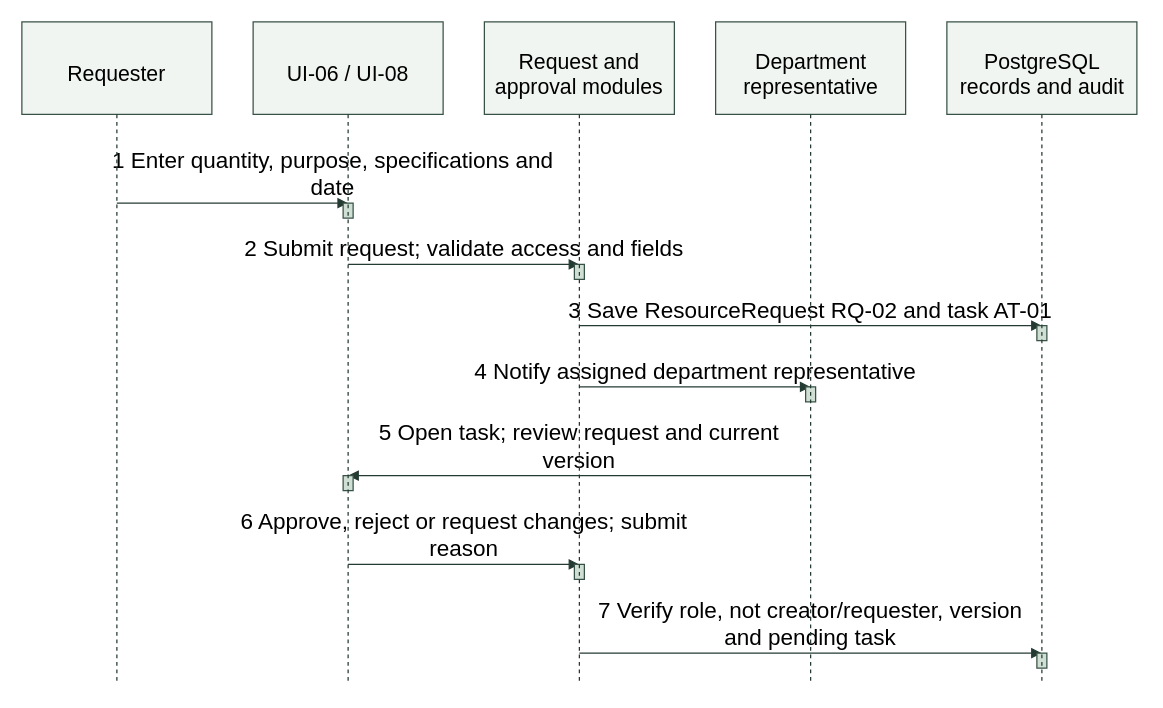
Before: docs/phase45/diagrams/zayed/figure-9-3-request-approval-part-1.drawio in duqins/ITS, a draw.io diagram. Source tidied: cells renumbered, new cells numbered last; positions are measured from the earlier drawing's top-left corner, leaving out a move shared by most shapes. Both pictures are drawn from the tidied source at 125%, with x=0, y=0 at pixel (21, 21).
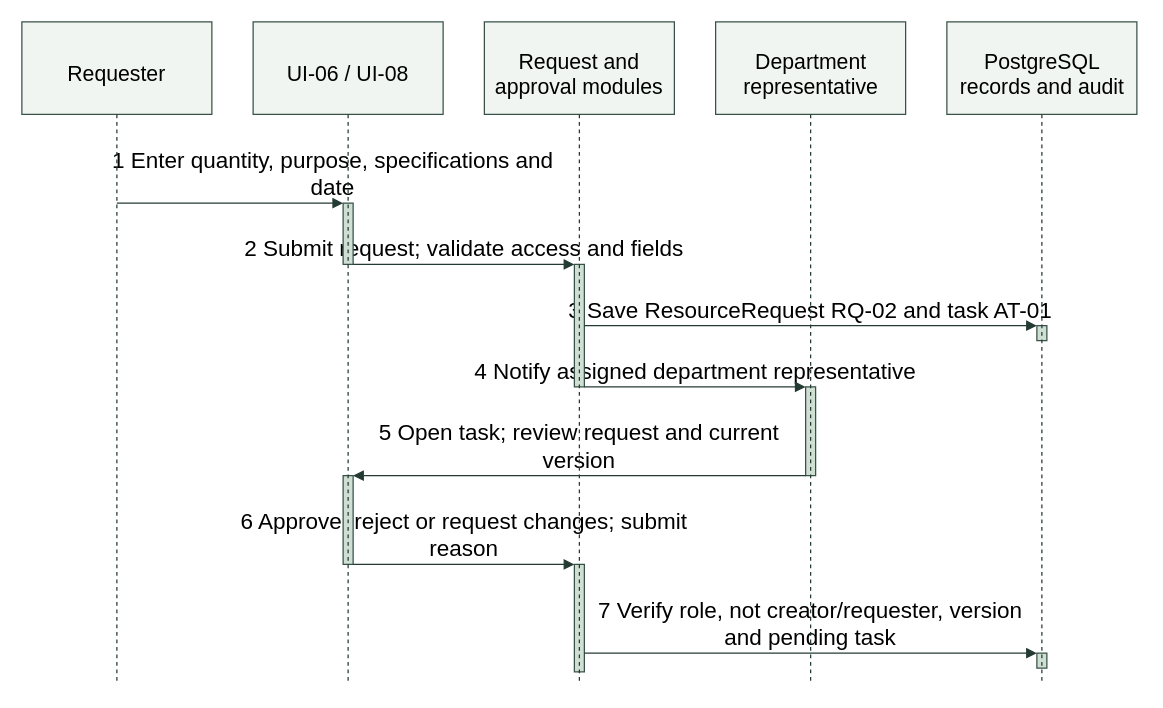
The same diagram, later.

What changed in the source:
```diff
@@
-    <mxCell id="12" value="1 Enter quantity, purpose, specifications and&#10;date" style="text;strokeColor=none;fillColor=none;align=center;fontSize=18;fontFamily=Arial;whiteSpace=wrap;html=0;" parent="1" vertex="1">
+    <mxCell id="12" value="1 Enter quantity, purpose, specifications and&#10;date" style="text;strokeColor=none;fillColor=none;align=center;fontSize=18;labelBackgroundColor=#ffffff;fontFamily=Arial;whiteSpace=wrap;html=0;" parent="1" vertex="1">
       <mxGeometry x="26" y="94" width="445.5" height="45" as="geometry" />
     </mxCell>
-    <mxCell id="13" style="edgeStyle=none;rounded=0;strokeColor=#243b33;endArrow=block;endFill=1;dashed=0;" parent="1" edge="1">
-      <mxGeometry relative="1" as="geometry">
-        <mxPoint x="76" y="145" as="sourcePoint" />
-        <mxPoint x="261" y="145" as="targetPoint" />
-      </mxGeometry>
+    <mxCell id="13" value="2 Submit request; validate access and fields" style="text;strokeColor=none;fillColor=none;align=center;fontSize=18;labelBackgroundColor=#ffffff;fontFamily=Arial;whiteSpace=wrap;html=0;" parent="1" vertex="1">
+      <mxGeometry x="135.7" y="165" width="435.6" height="22.5" as="geometry" />
     </mxCell>
-    <mxCell id="14" style="fillColor=#cfdfd4;strokeColor=#385247;align=center;verticalAlign=middle;fontFamily=Arial;fontSize=16;whiteSpace=wrap;html=0;" parent="1" vertex="1">
-      <mxGeometry x="257" y="145" width="8" height="12" as="geometry" />
+    <mxCell id="14" value="3 Save ResourceRequest RQ-02 and task AT-01" style="text;strokeColor=none;fillColor=none;align=center;fontSize=18;labelBackgroundColor=#ffffff;fontFamily=Arial;whiteSpace=wrap;html=0;" parent="1" vertex="1">
+      <mxGeometry x="418.1" y="214" width="425.7" height="22.5" as="geometry" />
     </mxCell>
-    <mxCell id="15" style="text;strokeColor=none;fillColor=none;align=center;fontSize=16;fontFamily=Arial;whiteSpace=wrap;html=0;" parent="1" vertex="1">
-      <mxGeometry x="261" y="140.4" height="20" as="geometry" />
+    <mxCell id="15" value="4 Notify assigned department representative" style="text;strokeColor=none;fillColor=none;align=center;fontSize=18;labelBackgroundColor=#ffffff;fontFamily=Arial;whiteSpace=wrap;html=0;" parent="1" vertex="1">
+      <mxGeometry x="325.6" y="263" width="425.7" height="22.5" as="geometry" />
     </mxCell>
-    <mxCell id="16" value="2 Submit request; validate access and fields" style="text;strokeColor=none;fillColor=none;align=center;fontSize=18;fontFamily=Arial;whiteSpace=wrap;html=0;" parent="1" vertex="1">
-      <mxGeometry x="135.7" y="165" width="435.6" height="22.5" as="geometry" />
+    <mxCell id="16" value="5 Open task; review request and current&#10;version" style="text;strokeColor=none;fillColor=none;align=center;fontSize=18;labelBackgroundColor=#ffffff;fontFamily=Arial;whiteSpace=wrap;html=0;" parent="1" vertex="1">
+      <mxGeometry x="252.9" y="312" width="386.1" height="45" as="geometry" />
     </mxCell>
-    <mxCell id="17" style="edgeStyle=none;rounded=0;strokeColor=#243b33;endArrow=block;endFill=1;dashed=0;" parent="1" edge="1">
-      <mxGeometry relative="1" as="geometry">
-        <mxPoint x="261" y="194" as="sourcePoint" />
-        <mxPoint x="446" y="194" as="targetPoint" />
-      </mxGeometry>
+    <mxCell id="17" value="6 Approve, reject or request changes; submit&#10;reason" style="text;strokeColor=none;fillColor=none;align=center;fontSize=18;labelBackgroundColor=#ffffff;fontFamily=Arial;whiteSpace=wrap;html=0;" parent="1" vertex="1">
+      <mxGeometry x="135.7" y="383" width="435.6" height="45" as="geometry" />
     </mxCell>
-    <mxCell id="18" style="fillColor=#cfdfd4;strokeColor=#385247;align=center;verticalAlign=middle;fontFamily=Arial;fontSize=16;whiteSpace=wrap;html=0;" parent="1" vertex="1">
-      <mxGeometry x="442" y="194" width="8" height="12" as="geometry" />
+    <mxCell id="18" value="7 Verify role, not creator/requester, version&#10;and pending task" style="text;strokeColor=none;fillColor=none;align=center;fontSize=18;labelBackgroundColor=#ffffff;fontFamily=Arial;whiteSpace=wrap;html=0;" parent="1" vertex="1">
+      <mxGeometry x="408.2" y="454" width="445.5" height="45" as="geometry" />
     </mxCell>
-    <mxCell id="19" style="text;strokeColor=none;fillColor=none;align=center;fontSize=16;fontFamily=Arial;whiteSpace=wrap;html=0;" parent="1" vertex="1">
-      <mxGeometry x="446" y="189.4" height="20" as="geometry" />
+    <mxCell id="19" style="fillColor=#cfdfd4;strokeColor=#385247;fontFamily=Arial;fontSize=16;whiteSpace=wrap;html=0;" parent="1" vertex="1">
+      <mxGeometry x="257" y="145" width="8" height="49" as="geometry" />
     </mxCell>
-    <mxCell id="20" value="3 Save ResourceRequest RQ-02 and task AT-01" style="text;strokeColor=none;fillColor=none;align=center;fontSize=18;fontFamily=Arial;whiteSpace=wrap;html=0;" parent="1" vertex="1">
-      <mxGeometry x="418.1" y="214" width="425.7" height="22.5" as="geometry" />
+    <mxCell id="20" style="fillColor=#cfdfd4;strokeColor=#385247;fontFamily=Arial;fontSize=16;whiteSpace=wrap;html=0;" parent="1" vertex="1">
+      <mxGeometry x="442" y="194" width="8" height="98" as="geometry" />
     </mxCell>
-    <mxCell id="21" style="edgeStyle=none;rounded=0;strokeColor=#243b33;endArrow=block;endFill=1;dashed=0;" parent="1" edge="1">
-      <mxGeometry relative="1" as="geometry">
-        <mxPoint x="446" y="243" as="sourcePoint" />
-        <mxPoint x="816" y="243" as="targetPoint" />
-      </mxGeometry>
+    <mxCell id="21" style="fillColor=#cfdfd4;strokeColor=#385247;fontFamily=Arial;fontSize=16;whiteSpace=wrap;html=0;" parent="1" vertex="1">
+      <mxGeometry x="812" y="243" width="8" height="12" as="geometry" />
     </mxCell>
-    <mxCell id="22" style="fillColor=#cfdfd4;strokeColor=#385247;align=center;verticalAlign=middle;fontFamily=Arial;fontSize=16;whiteSpace=wrap;html=0;" parent="1" vertex="1">
-      <mxGeometry x="812" y="243" width="8" height="12" as="geometry" />
+    <mxCell id="22" style="fillColor=#cfdfd4;strokeColor=#385247;fontFamily=Arial;fontSize=16;whiteSpace=wrap;html=0;" parent="1" vertex="1">
+      <mxGeometry x="257" y="363" width="8" height="71" as="geometry" />
     </mxCell>
-    <mxCell id="23" style="text;strokeColor=none;fillColor=none;align=center;fontSize=16;fontFamily=Arial;whiteSpace=wrap;html=0;" parent="1" vertex="1">
-      <mxGeometry x="816" y="238.4" height="20" as="geometry" />
+    <mxCell id="23" style="fillColor=#cfdfd4;strokeColor=#385247;fontFamily=Arial;fontSize=16;whiteSpace=wrap;html=0;" parent="1" vertex="1">
+      <mxGeometry x="442" y="434" width="8" height="86" as="geometry" />
     </mxCell>
-    <mxCell id="24" value="4 Notify assigned department representative" style="text;strokeColor=none;fillColor=none;align=center;fontSize=18;fontFamily=Arial;whiteSpace=wrap;html=0;" parent="1" vertex="1">
-      <mxGeometry x="325.6" y="263" width="425.7" height="22.5" as="geometry" />
+    <mxCell id="24" style="fillColor=#cfdfd4;strokeColor=#385247;fontFamily=Arial;fontSize=16;whiteSpace=wrap;html=0;" parent="1" vertex="1">
+      <mxGeometry x="812" y="505" width="8" height="12" as="geometry" />
     </mxCell>
-    <mxCell id="25" style="edgeStyle=none;rounded=0;strokeColor=#243b33;endArrow=block;endFill=1;dashed=0;" parent="1" edge="1">
-      <mxGeometry relative="1" as="geometry">
-        <mxPoint x="446" y="292" as="sourcePoint" />
-        <mxPoint x="631" y="292" as="targetPoint" />
-      </mxGeometry>
+    <mxCell id="25" style="fillColor=#cfdfd4;strokeColor=#385247;fontFamily=Arial;fontSize=16;whiteSpace=wrap;html=0;" parent="1" vertex="1">
+      <mxGeometry x="627" y="292" width="8" height="71" as="geometry" />
     </mxCell>
-    <mxCell id="26" style="fillColor=#cfdfd4;strokeColor=#385247;align=center;verticalAlign=middle;fontFamily=Arial;fontSize=16;whiteSpace=wrap;html=0;" parent="1" vertex="1">
-      <mxGeometry x="627" y="292" width="8" height="12" as="geometry" />
+    <mxCell id="26" style="edgeStyle=none;rounded=0;strokeColor=#243b33;endArrow=block;endFill=1;dashed=0;" parent="1" edge="1">
+      <mxGeometry relative="1" as="geometry">
+        <mxPoint x="76" y="145" as="sourcePoint" />
+        <mxPoint x="257" y="145" as="targetPoint" />
+      </mxGeometry>
     </mxCell>
-    <mxCell id="27" style="text;strokeColor=none;fillColor=none;align=center;fontSize=16;fontFamily=Arial;whiteSpace=wrap;html=0;" parent="1" vertex="1">
-      <mxGeometry x="631" y="287.4" height="20" as="geometry" />
+    <mxCell id="27" style="edgeStyle=none;rounded=0;strokeColor=#243b33;endArrow=block;endFill=1;dashed=0;" parent="1" edge="1">
+      <mxGeometry relative="1" as="geometry">
+        <mxPoint x="265" y="194" as="sourcePoint" />
+        <mxPoint x="442" y="194" as="targetPoint" />
+      </mxGeometry>
     </mxCell>
-    <mxCell id="28" value="5 Open task; review request and current&#10;version" style="text;strokeColor=none;fillColor=none;align=center;fontSize=18;fontFamily=Arial;whiteSpace=wrap;html=0;" parent="1" vertex="1">
-      <mxGeometry x="252.9" y="312" width="386.1" height="45" as="geometry" />
+    <mxCell id="28" style="edgeStyle=none;rounded=0;strokeColor=#243b33;endArrow=block;endFill=1;dashed=0;" parent="1" edge="1">
+      <mxGeometry relative="1" as="geometry">
+        <mxPoint x="450" y="243" as="sourcePoint" />
+        <mxPoint x="812" y="243" as="targetPoint" />
+      </mxGeometry>
     </mxCell>
     <mxCell id="29" style="edgeStyle=none;rounded=0;strokeColor=#243b33;endArrow=block;endFill=1;dashed=0;" parent="1" edge="1">
       <mxGeometry relative="1" as="geometry">
-        <mxPoint x="631" y="363" as="sourcePoint" />
-        <mxPoint x="261" y="363" as="targetPoint" />
+        <mxPoint x="450" y="292" as="sourcePoint" />
+        <mxPoint x="627" y="292" as="targetPoint" />
       </mxGeometry>
     </mxCell>
-    <mxCell id="30" style="fillColor=#cfdfd4;strokeColor=#385247;align=center;verticalAlign=middle;fontFamily=Arial;fontSize=16;whiteSpace=wrap;html=0;" parent="1" vertex="1">
-      <mxGeometry x="257" y="363" width="8" height="12" as="geometry" />
+    <mxCell id="30" style="edgeStyle=none;rounded=0;strokeColor=#243b33;endArrow=block;endFill=1;dashed=0;" parent="1" edge="1">
+      <mxGeometry relative="1" as="geometry">
+        <mxPoint x="627" y="363" as="sourcePoint" />
+        <mxPoint x="265" y="363" as="targetPoint" />
+      </mxGeometry>
     </mxCell>
-    <mxCell id="31" style="text;strokeColor=none;fillColor=none;align=center;fontSize=16;fontFamily=Arial;whiteSpace=wrap;html=0;" parent="1" vertex="1">
-      <mxGeometry x="261" y="358.4" height="20" as="geometry" />
+    <mxCell id="31" style="edgeStyle=none;rounded=0;strokeColor=#243b33;endArrow=block;endFill=1;dashed=0;" parent="1" edge="1">
+      <mxGeometry relative="1" as="geometry">
+        <mxPoint x="265" y="434" as="sourcePoint" />
+        <mxPoint x="442" y="434" as="targetPoint" />
+      </mxGeometry>
     </mxCell>
-    <mxCell id="32" value="6 Approve, reject or request changes; submit&#10;reason" style="text;strokeColor=none;fillColor=none;align=center;fontSize=18;fontFamily=Arial;whiteSpace=wrap;html=0;" parent="1" vertex="1">
-      <mxGeometry x="135.7" y="383" width="435.6" height="45" as="geometry" />
+    <mxCell id="32" style="edgeStyle=none;rounded=0;strokeColor=#243b33;endArrow=block;endFill=1;dashed=0;" parent="1" edge="1">
+      <mxGeometry relative="1" as="geometry">
+        <mxPoint x="450" y="505" as="sourcePoint" />
+        <mxPoint x="812" y="505" as="targetPoint" />
+      </mxGeometry>
     </mxCell>
-    <mxCell id="33" style="edgeStyle=none;rounded=0;strokeColor=#243b33;endArrow=block;endFill=1;dashed=0;" parent="1" edge="1">
+    <mxCell id="33" style="edgeStyle=none;rounded=0;strokeColor=#243b33;endArrow=none;endFill=1;dashed=1;" parent="1" edge="1">
       <mxGeometry relative="1" as="geometry">
-        <mxPoint x="261" y="434" as="sourcePoint" />
-        <mxPoint x="446" y="434" as="targetPoint" />
+        <mxPoint x="76" y="74" as="sourcePoint" />
+        <mxPoint x="76" y="530" as="targetPoint" />
       </mxGeometry>
     </mxCell>
-    <mxCell id="34" style="fillColor=#cfdfd4;strokeColor=#385247;align=center;verticalAlign=middle;fontFamily=Arial;fontSize=16;whiteSpace=wrap;html=0;" parent="1" vertex="1">
-      <mxGeometry x="442" y="434" width="8" height="12" as="geometry" />
+    <mxCell id="34" style="edgeStyle=none;rounded=0;strokeColor=#243b33;endArrow=none;endFill=1;dashed=1;" parent="1" edge="1">
+      <mxGeometry relative="1" as="geometry">
+        <mxPoint x="261" y="74" as="sourcePoint" />
+        <mxPoint x="261" y="530" as="targetPoint" />
+      </mxGeometry>
     </mxCell>
-    <mxCell id="35" style="text;strokeColor=none;fillColor=none;align=center;fontSize=16;fontFamily=Arial;whiteSpace=wrap;html=0;" parent="1" vertex="1">
-      <mxGeometry x="446" y="429.4" height="20" as="geometry" />
+    <mxCell id="35" style="edgeStyle=none;rounded=0;strokeColor=#243b33;endArrow=none;endFill=1;dashed=1;" parent="1" edge="1">
+      <mxGeometry relative="1" as="geometry">
+        <mxPoint x="446" y="74" as="sourcePoint" />
+        <mxPoint x="446" y="530" as="targetPoint" />
+      </mxGeometry>
     </mxCell>
-    <mxCell id="36" value="7 Verify role, not creator/requester, version&#10;and pending task" style="text;strokeColor=none;fillColor=none;align=center;fontSize=18;fontFamily=Arial;whiteSpace=wrap;html=0;" parent="1" vertex="1">
-      <mxGeometry x="408.2" y="454" width="445.5" height="45" as="geometry" />
+    <mxCell id="36" style="edgeStyle=none;rounded=0;strokeColor=#243b33;endArrow=none;endFill=1;dashed=1;" parent="1" edge="1">
+      <mxGeometry relative="1" as="geometry">
+        <mxPoint x="631" y="74" as="sourcePoint" />
+        <mxPoint x="631" y="530" as="targetPoint" />
+      </mxGeometry>
     </mxCell>
-    <mxCell id="37" style="edgeStyle=none;rounded=0;strokeColor=#243b33;endArrow=block;endFill=1;dashed=0;" parent="1" edge="1">
+    <mxCell id="37" style="edgeStyle=none;rounded=0;strokeColor=#243b33;endArrow=none;endFill=1;dashed=1;" parent="1" edge="1">
       <mxGeometry relative="1" as="geometry">
-        <mxPoint x="446" y="505" as="sourcePoint" />
-        <mxPoint x="816" y="505" as="targetPoint" />
+        <mxPoint x="816" y="74" as="sourcePoint" />
+        <mxPoint x="816" y="530" as="targetPoint" />
       </mxGeometry>
     </mxCell>
-    <mxCell id="38" style="fillColor=#cfdfd4;strokeColor=#385247;align=center;verticalAlign=middle;fontFamily=Arial;fontSize=16;whiteSpace=wrap;html=0;" parent="1" vertex="1">
-      <mxGeometry x="812" y="505" width="8" height="12" as="geometry" />
-    </mxCell>
-    <mxCell id="39" style="text;strokeColor=none;fillColor=none;align=center;fontSize=16;fontFamily=Arial;whiteSpace=wrap;html=0;" parent="1" vertex="1">
-      <mxGeometry x="816" y="500.4" height="20" as="geometry" />
-    </mxCell>
-    <mxCell id="40" style="edgeStyle=none;rounded=0;strokeColor=#243b33;endArrow=none;endFill=1;dashed=1;" parent="1" edge="1">
-      <mxGeometry relative="1" as="geometry">
-        <mxPoint x="76" y="74" as="sourcePoint" />
-        <mxPoint x="76" y="530" as="targetPoint" />
-      </mxGeometry>
-    </mxCell>
-    <mxCell id="41" style="edgeStyle=none;rounded=0;strokeColor=#243b33;endArrow=none;endFill=1;dashed=1;" parent="1" edge="1">
-      <mxGeometry relative="1" as="geometry">
-        <mxPoint x="261" y="74" as="sourcePoint" />
-        <mxPoint x="261" y="530" as="targetPoint" />
-      </mxGeometry>
-    </mxCell>
-    <mxCell id="42" style="edgeStyle=none;rounded=0;strokeColor=#243b33;endArrow=none;endFill=1;dashed=1;" parent="1" edge="1">
-      <mxGeometry relative="1" as="geometry">
-        <mxPoint x="446" y="74" as="sourcePoint" />
-        <mxPoint x="446" y="530" as="targetPoint" />
-      </mxGeometry>
-    </mxCell>
-    <mxCell id="43" style="edgeStyle=none;rounded=0;strokeColor=#243b33;endArrow=none;endFill=1;dashed=1;" parent="1" edge="1">
-      <mxGeometry relative="1" as="geometry">
-        <mxPoint x="631" y="74" as="sourcePoint" />
-        <mxPoint x="631" y="530" as="targetPoint" />
-      </mxGeometry>
-    </mxCell>
-    <mxCell id="44" style="edgeStyle=none;rounded=0;strokeColor=#243b33;endArrow=none;endFill=1;dashed=1;" parent="1" edge="1">
-      <mxGeometry relative="1" as="geometry">
-        <mxPoint x="816" y="74" as="sourcePoint" />
-        <mxPoint x="816" y="530" as="targetPoint" />
-      </mxGeometry>
-    </mxCell>
```
